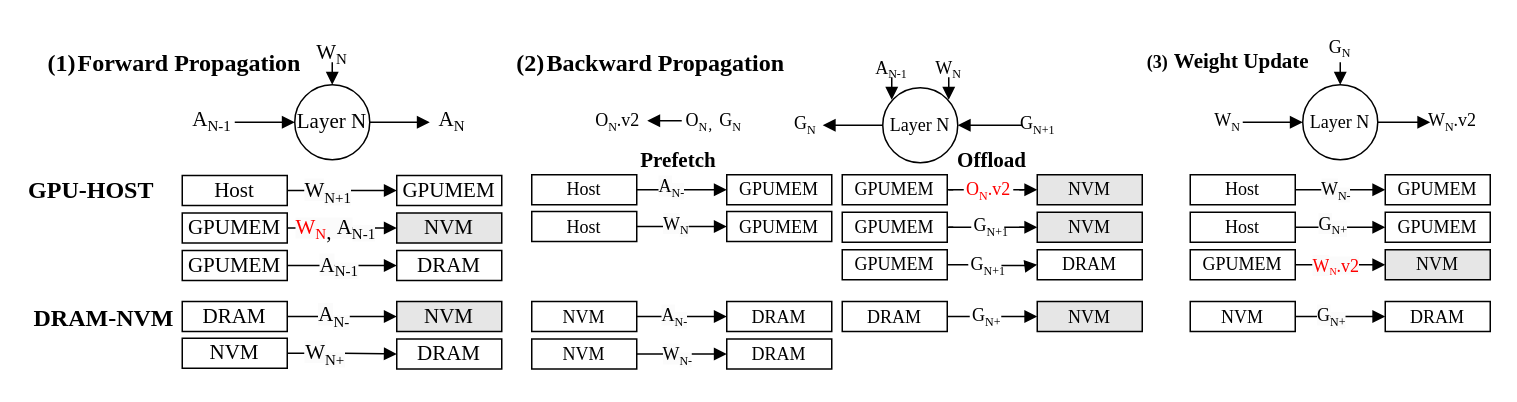
Above: fig/pipeline.drawio in icszhr/NCheck (draw.io), before the change. Source tidied: cells renumbered, new cells numbered last; positions are measured from the earlier drawing's top-left corner, leaving out a move shared by most shapes. Both pictures are drawn from the tidied source at 150%, with x=0, y=0 at pixel (26, 26).
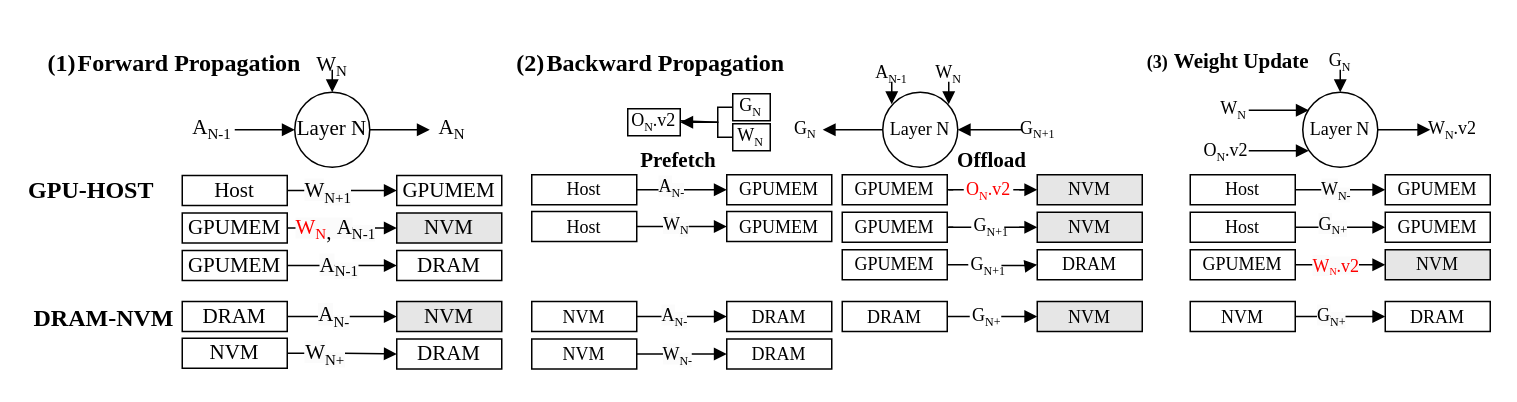
After the change.

Diff of the diagram source:
```diff
@@
+    <mxCell id="113" style="rounded=0;whiteSpace=wrap;html=1;" parent="1" vertex="1">
+      <mxGeometry x="471" y="45" width="25" height="18" as="geometry" />
+    </mxCell>
@@
     <mxCell id="3" style="edgeStyle=orthogonalEdgeStyle;rounded=0;jettySize=auto;html=1;endArrow=none;endFill=0;startArrow=block;startFill=1;fontFamily=Times New Roman;" parent="1" edge="1" source="6">
       <mxGeometry relative="1" as="geometry">
-        <mxPoint x="139" y="64" as="targetPoint" />
+        <mxPoint x="139" y="69" as="targetPoint" />
       </mxGeometry>
     </mxCell>
     <mxCell id="4" style="edgeStyle=orthogonalEdgeStyle;rounded=0;jettySize=auto;html=1;endArrow=block;endFill=1;fontFamily=Times New Roman;" parent="1" edge="1" source="6">
       <mxGeometry relative="1" as="geometry">
-        <mxPoint x="269" y="64" as="targetPoint" />
+        <mxPoint x="269" y="69" as="targetPoint" />
       </mxGeometry>
     </mxCell>
     <mxCell id="5" style="edgeStyle=orthogonalEdgeStyle;rounded=0;jettySize=auto;html=1;endArrow=none;endFill=0;startArrow=block;startFill=1;fontFamily=Times New Roman;" parent="1" edge="1" source="6">
       <mxGeometry relative="1" as="geometry">
-        <mxPoint x="204" y="24" as="targetPoint" />
+        <mxPoint x="204" y="29" as="targetPoint" />
         <Array as="points">
-          <mxPoint x="204" y="24" />
-          <mxPoint x="204" y="24" />
+          <mxPoint x="204" y="29" />
+          <mxPoint x="204" y="29" />
         </Array>
       </mxGeometry>
     </mxCell>
     <mxCell id="6" value="Layer N" style="ellipse;whiteSpace=wrap;html=1;fontFamily=Times New Roman;fontSize=14;" parent="1" vertex="1">
-      <mxGeometry x="179" y="39" width="50" height="50" as="geometry" />
+      <mxGeometry x="179" y="44" width="50" height="50" as="geometry" />
     </mxCell>
     <mxCell id="7" value="&lt;font style=&quot;&quot;&gt;&lt;span style=&quot;font-size: 14px;&quot;&gt;W&lt;/span&gt;&lt;sub style=&quot;&quot;&gt;&lt;font style=&quot;font-size: 10px;&quot;&gt;N&lt;/font&gt;&lt;/sub&gt;&lt;/font&gt;" style="text;html=1;align=center;verticalAlign=middle;whiteSpace=wrap;rounded=0;fontFamily=Times New Roman;" parent="1" vertex="1">
-      <mxGeometry x="199" y="4" width="10" height="30" as="geometry" />
+      <mxGeometry x="199" y="12" width="10" height="30" as="geometry" />
     </mxCell>
     <mxCell id="8" value="&lt;font style=&quot;&quot;&gt;&lt;span style=&quot;font-size: 14px;&quot;&gt;A&lt;/span&gt;&lt;sub style=&quot;&quot;&gt;&lt;font style=&quot;font-size: 10px;&quot;&gt;N&lt;/font&gt;&lt;/sub&gt;&lt;/font&gt;" style="text;html=1;align=center;verticalAlign=middle;whiteSpace=wrap;rounded=0;fontFamily=Times New Roman;fontSize=12;fontColor=default;" parent="1" vertex="1">
-      <mxGeometry x="269" y="49" width="30" height="30" as="geometry" />
+      <mxGeometry x="269" y="54" width="30" height="30" as="geometry" />
     </mxCell>
@@
     <mxCell id="17" value="&lt;font style=&quot;&quot;&gt;&lt;span style=&quot;font-size: 14px;&quot;&gt;A&lt;/span&gt;&lt;sub style=&quot;&quot;&gt;&lt;font style=&quot;font-size: 10px;&quot;&gt;N-1&lt;/font&gt;&lt;/sub&gt;&lt;/font&gt;" style="text;html=1;align=center;verticalAlign=middle;whiteSpace=wrap;rounded=0;fontFamily=Times New Roman;" parent="1" vertex="1">
-      <mxGeometry x="104" y="49" width="40" height="30" as="geometry" />
+      <mxGeometry x="104" y="54" width="40" height="30" as="geometry" />
     </mxCell>
-    <mxCell id="18" style="edgeStyle=orthogonalEdgeStyle;rounded=0;jettySize=auto;html=1;endArrow=none;endFill=0;startArrow=block;startFill=1;fontFamily=Times New Roman;" parent="1" edge="1" source="21">
+    <mxCell id="18" style="rounded=0;orthogonalLoop=1;jettySize=auto;html=1;endArrow=none;endFill=0;startArrow=block;startFill=1;fontFamily=Times New Roman;" parent="1" edge="1">
       <mxGeometry relative="1" as="geometry">
-        <mxPoint x="811" y="64" as="targetPoint" />
+        <mxPoint x="855" y="56" as="sourcePoint" />
+        <mxPoint x="815" y="56" as="targetPoint" />
       </mxGeometry>
     </mxCell>
     <mxCell id="19" style="edgeStyle=orthogonalEdgeStyle;rounded=0;jettySize=auto;html=1;endArrow=none;endFill=0;startArrow=block;startFill=1;fontFamily=Times New Roman;" parent="1" edge="1" source="21">
       <mxGeometry relative="1" as="geometry">
-        <mxPoint x="876" y="24" as="targetPoint" />
+        <mxPoint x="876" y="29" as="targetPoint" />
         <Array as="points">
-          <mxPoint x="876" y="24" />
+          <mxPoint x="876" y="29" />
         </Array>
       </mxGeometry>
     </mxCell>
     <mxCell id="20" style="edgeStyle=orthogonalEdgeStyle;rounded=0;jettySize=auto;html=1;endArrow=block;endFill=1;fontFamily=Times New Roman;" parent="1" edge="1" source="21">
       <mxGeometry relative="1" as="geometry">
-        <mxPoint x="936" y="64" as="targetPoint" />
+        <mxPoint x="936" y="69" as="targetPoint" />
       </mxGeometry>
     </mxCell>
     <mxCell id="21" value="Layer N" style="ellipse;whiteSpace=wrap;html=1;fontFamily=Times New Roman;" parent="1" vertex="1">
-      <mxGeometry x="851" y="39" width="50" height="50" as="geometry" />
+      <mxGeometry x="851" y="44" width="50" height="50" as="geometry" />
     </mxCell>
     <mxCell id="22" value="G&lt;sub&gt;&lt;font style=&quot;font-size: 8px;&quot;&gt;N&lt;/font&gt;&lt;/sub&gt;" style="text;html=1;align=center;verticalAlign=middle;whiteSpace=wrap;rounded=0;fontFamily=Times New Roman;" parent="1" vertex="1">
-      <mxGeometry x="846" width="60" height="30" as="geometry" />
+      <mxGeometry x="846" y="9" width="60" height="30" as="geometry" />
     </mxCell>
     <mxCell id="23" value="W&lt;font style=&quot;&quot;&gt;&lt;sub style=&quot;font-size: 8px;&quot;&gt;N&lt;/sub&gt;&lt;font style=&quot;font-size: 12px;&quot;&gt;.v2&lt;/font&gt;&lt;/font&gt;" style="text;html=1;align=center;verticalAlign=middle;whiteSpace=wrap;rounded=0;fontFamily=Times New Roman;" parent="1" vertex="1">
-      <mxGeometry x="946" y="49" width="10" height="30" as="geometry" />
+      <mxGeometry x="946" y="54" width="10" height="30" as="geometry" />
     </mxCell>
     <mxCell id="24" value="W&lt;sub style=&quot;&quot;&gt;&lt;font style=&quot;font-size: 8px;&quot;&gt;N&lt;/font&gt;&lt;/sub&gt;" style="text;html=1;align=center;verticalAlign=middle;whiteSpace=wrap;rounded=0;fontFamily=Times New Roman;" parent="1" vertex="1">
-      <mxGeometry x="796" y="49" width="10" height="30" as="geometry" />
+      <mxGeometry x="800" y="41" width="10" height="30" as="geometry" />
     </mxCell>
@@
     <mxCell id="60" style="edgeStyle=orthogonalEdgeStyle;rounded=0;jettySize=auto;html=1;endArrow=block;endFill=1;startArrow=none;startFill=0;fontFamily=Times New Roman;" parent="1" edge="1" source="62">
       <mxGeometry relative="1" as="geometry">
-        <mxPoint x="531" y="66" as="targetPoint" />
+        <mxPoint x="531" y="69" as="targetPoint" />
       </mxGeometry>
     </mxCell>
     <mxCell id="61" style="edgeStyle=orthogonalEdgeStyle;rounded=0;jettySize=auto;html=1;endArrow=none;endFill=0;startArrow=block;startFill=1;fontFamily=Times New Roman;" parent="1" edge="1" source="62">
       <mxGeometry relative="1" as="geometry">
-        <mxPoint x="664" y="66" as="targetPoint" />
+        <mxPoint x="664" y="69" as="targetPoint" />
       </mxGeometry>
     </mxCell>
     <mxCell id="62" value="Layer N" style="ellipse;whiteSpace=wrap;html=1;fontFamily=Times New Roman;" parent="1" vertex="1">
-      <mxGeometry x="571" y="41" width="50" height="50" as="geometry" />
+      <mxGeometry x="571" y="44" width="50" height="50" as="geometry" />
     </mxCell>
     <mxCell id="63" value="G&lt;sub style=&quot;&quot;&gt;&lt;font style=&quot;font-size: 8px;&quot;&gt;N&lt;/font&gt;&lt;/sub&gt;" style="text;html=1;align=center;verticalAlign=middle;whiteSpace=wrap;rounded=0;fontFamily=Times New Roman;" parent="1" vertex="1">
-      <mxGeometry x="507" y="51" width="25" height="30" as="geometry" />
+      <mxGeometry x="507" y="54" width="25" height="30" as="geometry" />
     </mxCell>
     <mxCell id="64" style="edgeStyle=orthogonalEdgeStyle;rounded=0;orthogonalLoop=1;jettySize=auto;html=1;endArrow=none;endFill=0;startArrow=block;startFill=1;fontFamily=Times New Roman;" parent="1" edge="1">
       <mxGeometry relative="1" as="geometry">
-        <mxPoint x="577" y="49" as="sourcePoint" />
-        <mxPoint x="577" y="34" as="targetPoint" />
+        <mxPoint x="577" y="52" as="sourcePoint" />
+        <mxPoint x="577" y="37" as="targetPoint" />
       </mxGeometry>
     </mxCell>
     <mxCell id="65" value="A&lt;sub&gt;&lt;font style=&quot;font-size: 8px;&quot;&gt;N-1&lt;/font&gt;&lt;/sub&gt;" style="text;html=1;align=center;verticalAlign=middle;whiteSpace=wrap;rounded=0;fontFamily=Times New Roman;" parent="1" vertex="1">
-      <mxGeometry x="547" y="14" width="60" height="30" as="geometry" />
+      <mxGeometry x="547" y="17" width="60" height="30" as="geometry" />
     </mxCell>
     <mxCell id="66" style="edgeStyle=orthogonalEdgeStyle;rounded=0;orthogonalLoop=1;jettySize=auto;html=1;endArrow=none;endFill=0;startArrow=block;startFill=1;fontFamily=Times New Roman;" parent="1" edge="1">
       <mxGeometry relative="1" as="geometry">
-        <mxPoint x="615" y="49" as="sourcePoint" />
-        <mxPoint x="615" y="34" as="targetPoint" />
+        <mxPoint x="615" y="52" as="sourcePoint" />
+        <mxPoint x="615" y="37" as="targetPoint" />
       </mxGeometry>
     </mxCell>
     <mxCell id="67" value="W&lt;sub&gt;&lt;font style=&quot;font-size: 8px;&quot;&gt;N&lt;/font&gt;&lt;/sub&gt;" style="text;html=1;align=center;verticalAlign=middle;whiteSpace=wrap;rounded=0;fontFamily=Times New Roman;" parent="1" vertex="1">
-      <mxGeometry x="585" y="14" width="60" height="30" as="geometry" />
+      <mxGeometry x="585" y="17" width="60" height="30" as="geometry" />
     </mxCell>
     <mxCell id="68" value="G&lt;sub style=&quot;&quot;&gt;&lt;font style=&quot;font-size: 8px;&quot;&gt;N+1&lt;/font&gt;&lt;/sub&gt;" style="text;html=1;align=center;verticalAlign=middle;whiteSpace=wrap;rounded=0;fontFamily=Times New Roman;" parent="1" vertex="1">
-      <mxGeometry x="662" y="51" width="25" height="30" as="geometry" />
+      <mxGeometry x="662" y="54" width="25" height="30" as="geometry" />
     </mxCell>
@@
-    <mxCell id="110" value="O&lt;sub style=&quot;font-size: 8px;&quot;&gt;N，&lt;/sub&gt;G&lt;sub style=&quot;&quot;&gt;&lt;font style=&quot;font-size: 8px;&quot;&gt;N&lt;/font&gt;&lt;/sub&gt;" style="text;html=1;align=center;verticalAlign=middle;whiteSpace=wrap;rounded=0;fontFamily=Times New Roman;" parent="1" vertex="1">
-      <mxGeometry x="437" y="48.5" width="43" height="30" as="geometry" />
+    <mxCell id="110" value="G&lt;sub style=&quot;&quot;&gt;&lt;font style=&quot;font-size: 8px;&quot;&gt;N&lt;/font&gt;&lt;/sub&gt;" style="text;html=1;align=center;verticalAlign=middle;whiteSpace=wrap;rounded=0;fontFamily=Times New Roman;" parent="1" vertex="1">
+      <mxGeometry x="472.5" y="47" width="20" height="14.5" as="geometry" />
     </mxCell>
-    <mxCell id="111" style="rounded=0;orthogonalLoop=1;jettySize=auto;html=1;endArrow=block;endFill=1;startArrow=none;startFill=0;fontFamily=Times New Roman;" parent="1" edge="1">
+    <mxCell id="111" style="rounded=0;jettySize=auto;html=1;endArrow=none;endFill=0;startArrow=none;startFill=0;fontFamily=Times New Roman;exitX=0;exitY=0.5;exitDx=0;exitDy=0;edgeStyle=orthogonalEdgeStyle;" parent="1" edge="1" source="113">
       <mxGeometry relative="1" as="geometry">
-        <mxPoint x="437" y="63" as="sourcePoint" />
-        <mxPoint x="414" y="63" as="targetPoint" />
+        <mxPoint x="436" y="63" as="targetPoint" />
+        <Array as="points">
+          <mxPoint x="461" y="54" />
+          <mxPoint x="461" y="64" />
+          <mxPoint x="436" y="64" />
+        </Array>
       </mxGeometry>
     </mxCell>
+    <mxCell id="114" style="rounded=0;whiteSpace=wrap;html=1;" parent="1" vertex="1">
+      <mxGeometry x="401" y="55" width="35" height="18" as="geometry" />
+    </mxCell>
     <mxCell id="112" value="O&lt;font style=&quot;&quot;&gt;&lt;sub style=&quot;font-size: 8px;&quot;&gt;N&lt;/sub&gt;&lt;font style=&quot;font-size: 12px;&quot;&gt;.v2&lt;/font&gt;&lt;/font&gt;" style="text;html=1;align=center;verticalAlign=middle;whiteSpace=wrap;rounded=0;fontFamily=Times New Roman;" parent="1" vertex="1">
-      <mxGeometry x="382" y="51" width="25" height="25" as="geometry" />
+      <mxGeometry x="406" y="51" width="25" height="25" as="geometry" />
     </mxCell>
+    <mxCell id="115" style="edgeStyle=orthogonalEdgeStyle;rounded=0;jettySize=auto;html=1;entryX=1;entryY=0.5;entryDx=0;entryDy=0;endArrow=block;endFill=1;" parent="1" edge="1" source="116" target="114">
+      <mxGeometry relative="1" as="geometry">
+        <Array as="points">
+          <mxPoint x="461" y="74" />
+          <mxPoint x="461" y="64" />
+        </Array>
+      </mxGeometry>
+    </mxCell>
+    <mxCell id="116" style="rounded=0;whiteSpace=wrap;html=1;" parent="1" vertex="1">
+      <mxGeometry x="471" y="65" width="25" height="18" as="geometry" />
+    </mxCell>
+    <mxCell id="117" value="W&lt;sub style=&quot;&quot;&gt;&lt;font style=&quot;font-size: 8px;&quot;&gt;N&lt;/font&gt;&lt;/sub&gt;" style="text;html=1;align=center;verticalAlign=middle;whiteSpace=wrap;rounded=0;fontFamily=Times New Roman;" parent="1" vertex="1">
+      <mxGeometry x="472.5" y="67" width="20" height="14.5" as="geometry" />
+    </mxCell>
+    <mxCell id="118" style="rounded=0;orthogonalLoop=1;jettySize=auto;html=1;endArrow=none;endFill=0;startArrow=block;startFill=1;fontFamily=Times New Roman;" parent="1" edge="1">
+      <mxGeometry relative="1" as="geometry">
+        <mxPoint x="855" y="83" as="sourcePoint" />
+        <mxPoint x="815" y="83" as="targetPoint" />
+      </mxGeometry>
+    </mxCell>
+    <mxCell id="119" value="O&lt;font style=&quot;&quot;&gt;&lt;sub style=&quot;font-size: 8px;&quot;&gt;N&lt;/sub&gt;&lt;font style=&quot;font-size: 12px;&quot;&gt;.v2&lt;/font&gt;&lt;/font&gt;" style="text;html=1;align=center;verticalAlign=middle;whiteSpace=wrap;rounded=0;fontFamily=Times New Roman;" parent="1" vertex="1">
+      <mxGeometry x="795" y="69" width="10" height="30" as="geometry" />
+    </mxCell>
```
